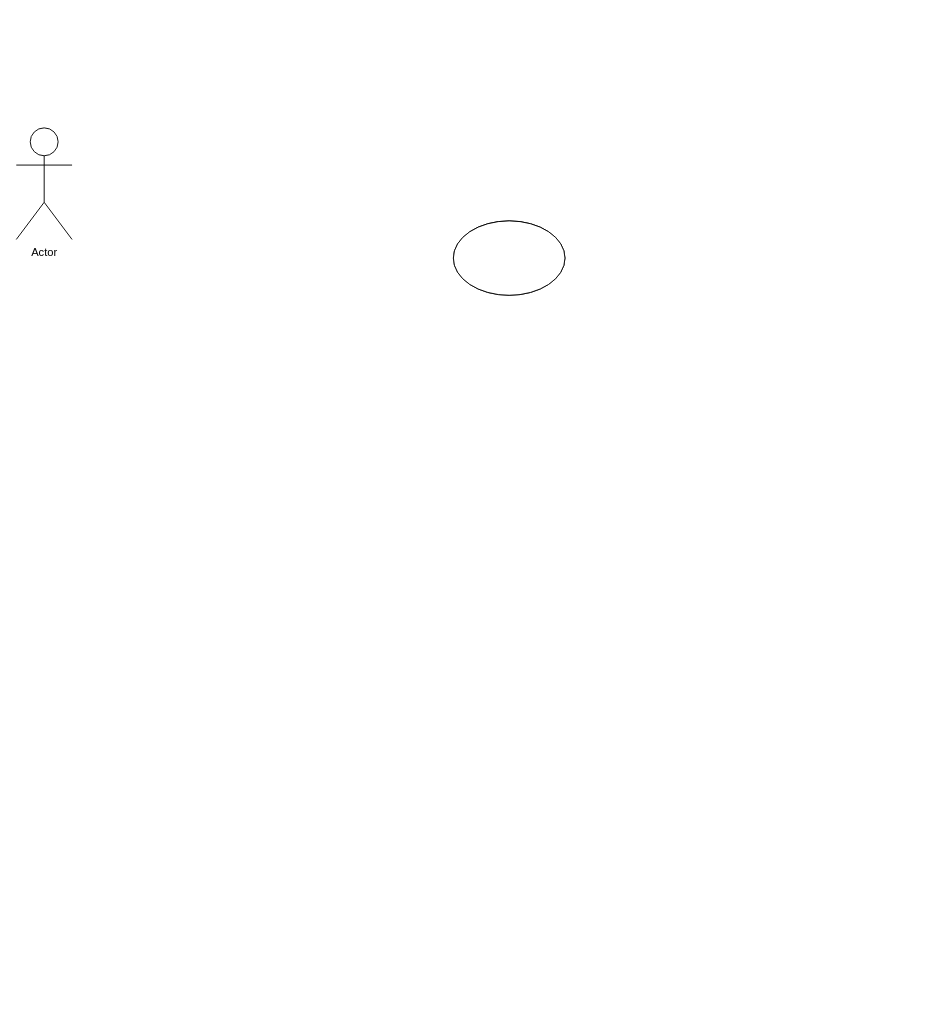
This is Diagramme sans nom.drawio from ysbling/drawio, a draw.io file, before an edit. Source tidied: cells renumbered, new cells numbered last; positions are measured from the earlier drawing's top-left corner, leaving out a move shared by most shapes. Both pictures are drawn from the tidied source at 93%, with x=0, y=0 at pixel (16, 127).
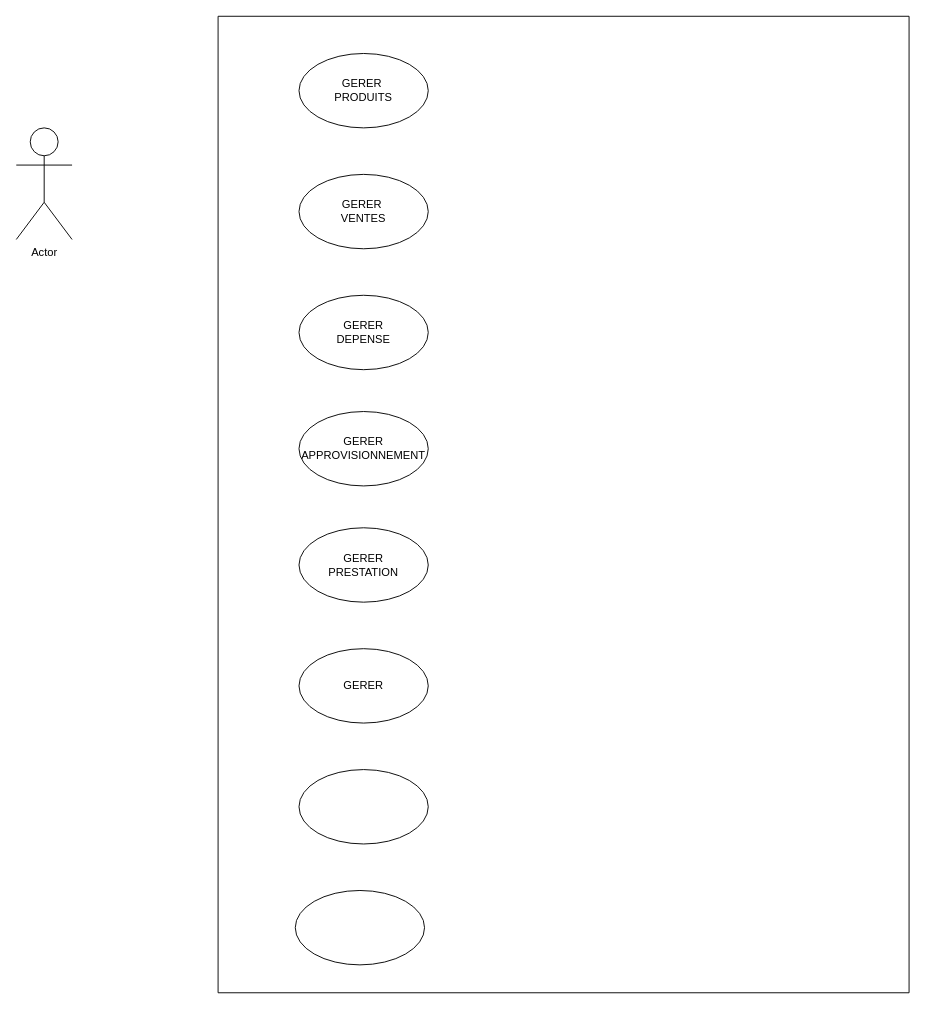
The same diagram, later.

Change to the diagram source:
```diff
@@
 <mxGraphModel>
   <root>
     <mxCell id="0" />
     <mxCell id="1" parent="0" />
     <mxCell id="2" value="Actor" style="shape=umlActor;verticalLabelPosition=bottom;verticalAlign=top;html=1;" parent="1" vertex="1">
       <mxGeometry width="60" height="120" as="geometry" />
     </mxCell>
-    <mxCell id="3" style="ellipse;whiteSpace=wrap;html=1;" parent="1" vertex="1">
-      <mxGeometry x="470" y="100" width="120" height="80" as="geometry" />
-    </mxCell>
-    <mxCell id="4" style="ellipse;whiteSpace=wrap;html=1;" parent="1" vertex="1">
-      <mxGeometry x="470" y="100" width="120" height="80" as="geometry" />
-    </mxCell>
+    <mxCell id="5" style="swimlane;startSize=0;" parent="1" vertex="1">
+      <mxGeometry x="217" y="-120" width="743" height="1050" as="geometry" />
+    </mxCell>
+    <mxCell id="6" value="GERER&amp;nbsp;&lt;div&gt;PRODUITS&lt;/div&gt;" style="ellipse;whiteSpace=wrap;html=1;spacingTop=0;" parent="5" vertex="1">
+      <mxGeometry x="87" y="40" width="139" height="80" as="geometry" />
+    </mxCell>
+    <mxCell id="7" value="GERER&amp;nbsp;&lt;div&gt;VENTES&lt;/div&gt;" style="ellipse;whiteSpace=wrap;html=1;" parent="5" vertex="1">
+      <mxGeometry x="87" y="170" width="139" height="80" as="geometry" />
+    </mxCell>
+    <mxCell id="8" value="GERER&lt;div&gt;DEPENSE&lt;/div&gt;" style="ellipse;whiteSpace=wrap;html=1;" parent="5" vertex="1">
+      <mxGeometry x="87" y="300" width="139" height="80" as="geometry" />
+    </mxCell>
+    <mxCell id="9" value="GERER&lt;div&gt;APPROVISIONNEMENT&lt;/div&gt;" style="ellipse;whiteSpace=wrap;html=1;" parent="5" vertex="1">
+      <mxGeometry x="87" y="425" width="139" height="80" as="geometry" />
+    </mxCell>
+    <mxCell id="10" value="GERER&lt;div&gt;PRESTATION&lt;/div&gt;" style="ellipse;whiteSpace=wrap;html=1;" parent="5" vertex="1">
+      <mxGeometry x="87" y="550" width="139" height="80" as="geometry" />
+    </mxCell>
+    <mxCell id="11" value="GERER" style="ellipse;whiteSpace=wrap;html=1;" parent="5" vertex="1">
+      <mxGeometry x="87" y="680" width="139" height="80" as="geometry" />
+    </mxCell>
+    <mxCell id="12" style="ellipse;whiteSpace=wrap;html=1;" parent="5" vertex="1">
+      <mxGeometry x="87" y="810" width="139" height="80" as="geometry" />
+    </mxCell>
+    <mxCell id="13" style="ellipse;whiteSpace=wrap;html=1;" parent="5" vertex="1">
+      <mxGeometry x="83" y="940" width="139" height="80" as="geometry" />
+    </mxCell>
   </root>
 </mxGraphModel>
```
